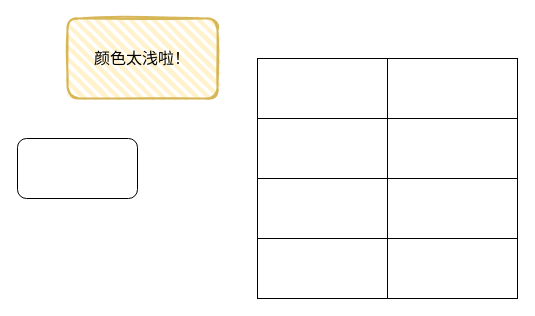
Above: 未命名绘图.drawio in Peaceuai/images (draw.io), before the change. Source tidied: cells renumbered, new cells numbered last; positions are measured from the earlier drawing's top-left corner, leaving out a move shared by most shapes. Both pictures are drawn from the tidied source at 100%, with x=0, y=0 at pixel (17, 18).
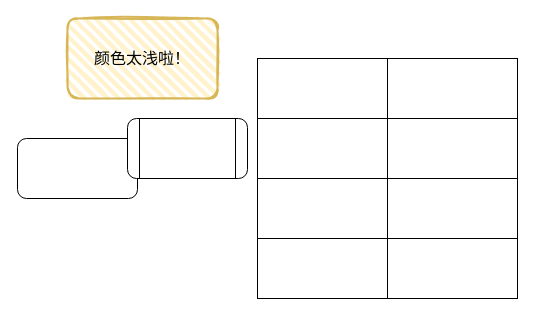
The same diagram, later.

What changed in the source:
```diff
@@
 <mxGraphModel>
   <root>
     <mxCell id="0" />
     <mxCell id="1" parent="0" />
     <mxCell id="2" value="&lt;span style=&quot;font-size: 16px;&quot;&gt;颜色太浅啦！&lt;/span&gt;" style="rounded=1;whiteSpace=wrap;html=1;strokeWidth=2;fillWeight=4;hachureGap=8;hachureAngle=45;fillColor=#fff2cc;sketch=1;strokeColor=#d6b656;horizontal=1;verticalAlign=middle;" parent="1" vertex="1">
       <mxGeometry x="50" width="150" height="80" as="geometry" />
     </mxCell>
     <mxCell id="3" style="rounded=1;whiteSpace=wrap;html=1;fontSize=16;sketch=0;glass=0;shadow=0;" parent="1" vertex="1">
       <mxGeometry y="120" width="120" height="60" as="geometry" />
     </mxCell>
     <mxCell id="4" style="rounded=0;whiteSpace=wrap;html=1;fontSize=16;" parent="1" vertex="1">
       <mxGeometry x="240" y="40" width="260" height="240" as="geometry" />
     </mxCell>
     <mxCell id="5" style="rounded=0;whiteSpace=wrap;html=1;fontSize=16;" parent="1" vertex="1">
       <mxGeometry x="240" y="40" width="130" height="60" as="geometry" />
     </mxCell>
     <mxCell id="6" style="rounded=0;whiteSpace=wrap;html=1;fontSize=16;" parent="1" vertex="1">
       <mxGeometry x="370" y="40" width="130" height="60" as="geometry" />
     </mxCell>
     <mxCell id="7" style="rounded=0;whiteSpace=wrap;html=1;fontSize=16;" parent="1" vertex="1">
       <mxGeometry x="240" y="100" width="130" height="60" as="geometry" />
     </mxCell>
     <mxCell id="8" style="rounded=0;whiteSpace=wrap;html=1;fontSize=16;" parent="1" vertex="1">
       <mxGeometry x="370" y="100" width="130" height="60" as="geometry" />
     </mxCell>
     <mxCell id="9" style="rounded=0;whiteSpace=wrap;html=1;fontSize=16;" parent="1" vertex="1">
       <mxGeometry x="240" y="160" width="130" height="60" as="geometry" />
     </mxCell>
     <mxCell id="10" style="rounded=0;whiteSpace=wrap;html=1;fontSize=16;" parent="1" vertex="1">
       <mxGeometry x="370" y="160" width="130" height="60" as="geometry" />
     </mxCell>
     <mxCell id="11" style="rounded=0;whiteSpace=wrap;html=1;fontSize=16;" parent="1" vertex="1">
       <mxGeometry x="240" y="220" width="130" height="60" as="geometry" />
     </mxCell>
     <mxCell id="12" style="rounded=0;whiteSpace=wrap;html=1;fontSize=16;" parent="1" vertex="1">
       <mxGeometry x="370" y="220" width="130" height="60" as="geometry" />
     </mxCell>
+    <mxCell id="13" style="shape=process;whiteSpace=wrap;html=1;backgroundOutline=1;rounded=1;shadow=0;glass=0;sketch=0;fontSize=16;" parent="1" vertex="1">
+      <mxGeometry x="110" y="100" width="120" height="60" as="geometry" />
+    </mxCell>
   </root>
 </mxGraphModel>
```
